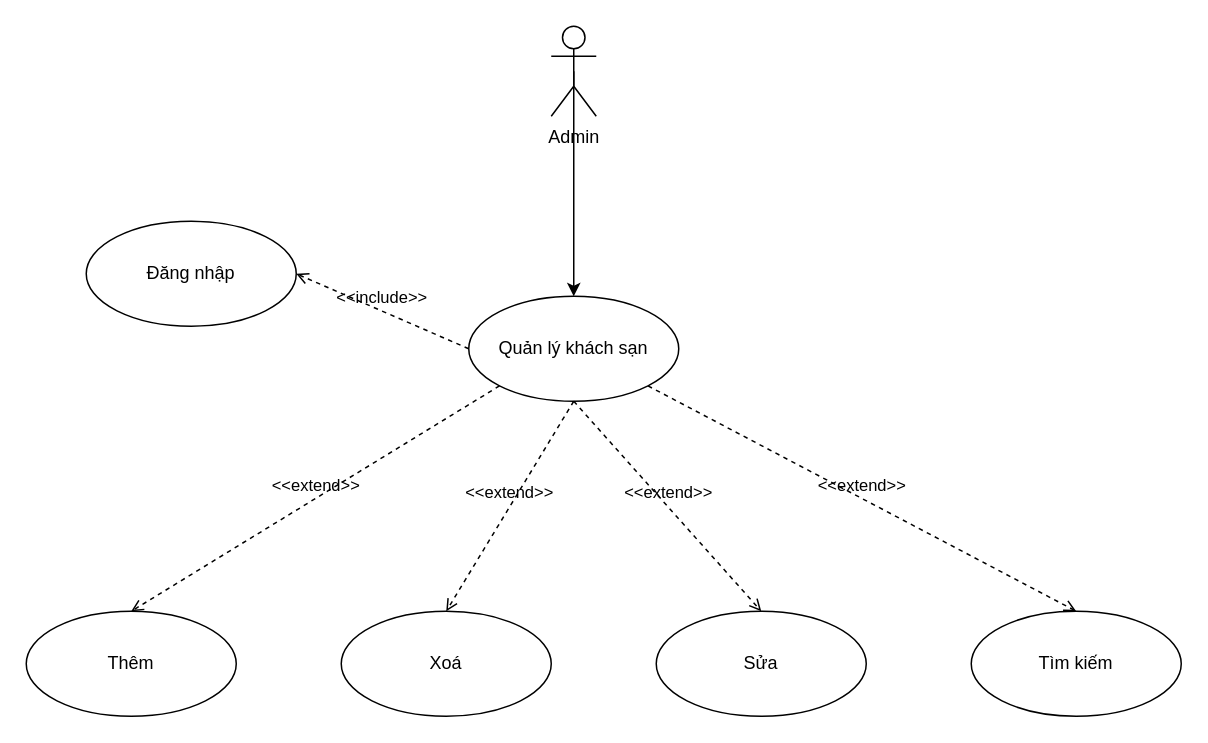
Earlier version of the draw.io diagram usecase_quanlyphongks.drawio (alikuxac/alikuxac). Source tidied: cells renumbered, new cells numbered last; positions are measured from the earlier drawing's top-left corner, leaving out a move shared by most shapes. Both pictures are drawn from the tidied source at 150%, with x=0, y=0 at pixel (26, 26).
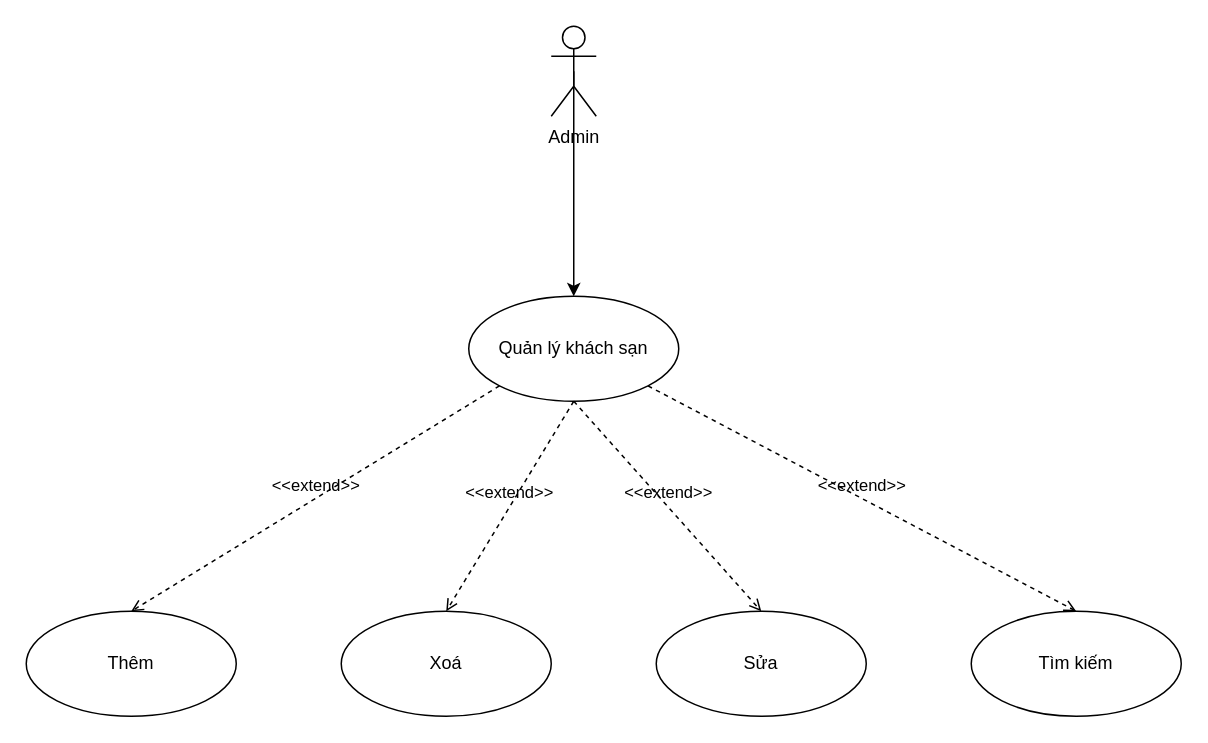
The same diagram, later.

What changed in the source:
```diff
@@
 <mxGraphModel>
   <root>
     <mxCell id="0" />
     <mxCell id="1" parent="0" />
     <mxCell id="2" value="Admin" style="shape=umlActor;verticalLabelPosition=bottom;verticalAlign=top;html=1;" parent="1" vertex="1">
       <mxGeometry x="350" width="30" height="60" as="geometry" />
     </mxCell>
     <mxCell id="3" value="Quản lý khách sạn" style="ellipse;whiteSpace=wrap;html=1;" parent="1" vertex="1">
       <mxGeometry x="295" y="180" width="140" height="70" as="geometry" />
     </mxCell>
     <mxCell id="4" style="endArrow=classic;html=1;rounded=0;entryX=0.5;entryY=0;entryDx=0;entryDy=0;exitX=0.5;exitY=0.5;exitDx=0;exitDy=0;exitPerimeter=0;" parent="1" edge="1" source="2" target="3">
       <mxGeometry relative="1" as="geometry" />
     </mxCell>
     <mxCell id="5" value="Thêm" style="ellipse;whiteSpace=wrap;html=1;" parent="1" vertex="1">
       <mxGeometry y="390" width="140" height="70" as="geometry" />
     </mxCell>
     <mxCell id="6" value="Xoá" style="ellipse;whiteSpace=wrap;html=1;" parent="1" vertex="1">
       <mxGeometry x="210" y="390" width="140" height="70" as="geometry" />
     </mxCell>
     <mxCell id="7" value="Sửa" style="ellipse;whiteSpace=wrap;html=1;" parent="1" vertex="1">
       <mxGeometry x="420" y="390" width="140" height="70" as="geometry" />
     </mxCell>
     <mxCell id="8" value="Tìm kiếm" style="ellipse;whiteSpace=wrap;html=1;" parent="1" vertex="1">
       <mxGeometry x="630" y="390" width="140" height="70" as="geometry" />
     </mxCell>
     <mxCell id="9" value="&amp;lt;&amp;lt;extend&amp;gt;&amp;gt;" style="html=1;verticalAlign=bottom;labelBackgroundColor=none;endArrow=open;endFill=0;dashed=1;rounded=0;exitX=0;exitY=1;exitDx=0;exitDy=0;entryX=0.5;entryY=0;entryDx=0;entryDy=0;" parent="1" edge="1" source="3" target="5">
       <mxGeometry relative="1" as="geometry" />
     </mxCell>
     <mxCell id="10" value="&amp;lt;&amp;lt;extend&amp;gt;&amp;gt;" style="html=1;verticalAlign=bottom;labelBackgroundColor=none;endArrow=open;endFill=0;dashed=1;rounded=0;exitX=0.5;exitY=1;exitDx=0;exitDy=0;entryX=0.5;entryY=0;entryDx=0;entryDy=0;" parent="1" edge="1" source="3" target="6">
       <mxGeometry relative="1" as="geometry" />
     </mxCell>
     <mxCell id="11" value="&amp;lt;&amp;lt;extend&amp;gt;&amp;gt;" style="html=1;verticalAlign=bottom;labelBackgroundColor=none;endArrow=open;endFill=0;dashed=1;rounded=0;entryX=0.5;entryY=0;entryDx=0;entryDy=0;exitX=0.5;exitY=1;exitDx=0;exitDy=0;" parent="1" edge="1" source="3" target="7">
       <mxGeometry relative="1" as="geometry" />
     </mxCell>
     <mxCell id="12" value="&amp;lt;&amp;lt;extend&amp;gt;&amp;gt;" style="html=1;verticalAlign=bottom;labelBackgroundColor=none;endArrow=open;endFill=0;dashed=1;rounded=0;exitX=1;exitY=1;exitDx=0;exitDy=0;entryX=0.5;entryY=0;entryDx=0;entryDy=0;" parent="1" edge="1" source="3" target="8">
       <mxGeometry relative="1" as="geometry" />
     </mxCell>
-    <mxCell id="13" value="Đăng nhập" style="ellipse;whiteSpace=wrap;html=1;" parent="1" vertex="1">
-      <mxGeometry x="40" y="130" width="140" height="70" as="geometry" />
-    </mxCell>
-    <mxCell id="14" value="&amp;lt;&amp;lt;include&amp;gt;&amp;gt;" style="html=1;verticalAlign=bottom;labelBackgroundColor=none;endArrow=open;endFill=0;dashed=1;rounded=0;exitX=0;exitY=0.5;exitDx=0;exitDy=0;entryX=1;entryY=0.5;entryDx=0;entryDy=0;" parent="1" edge="1" source="3" target="13">
-      <mxGeometry relative="1" as="geometry" />
-    </mxCell>
   </root>
 </mxGraphModel>
```
